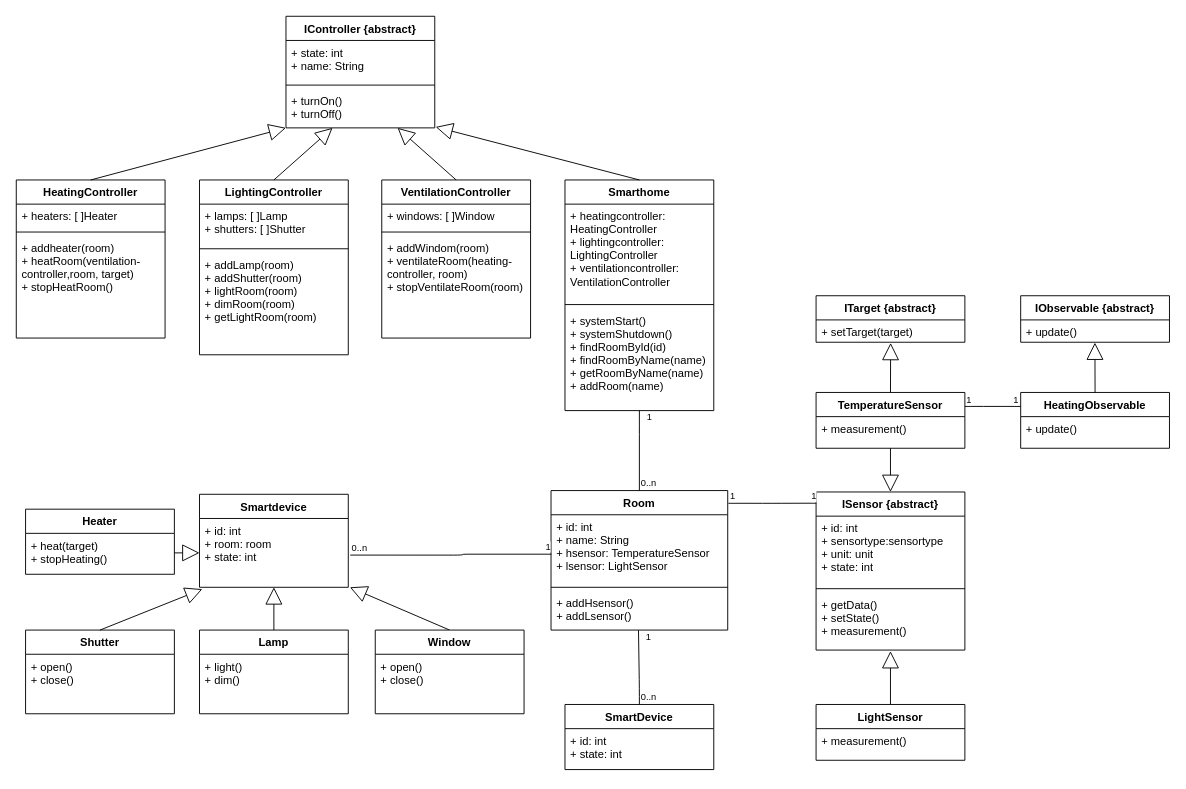
Above: UML/UML_SmartHome_Gruppe4.drawio in wwi17seb/software-engineering (draw.io), before the change. Source tidied: cells renumbered, new cells numbered last; positions are measured from the earlier drawing's top-left corner, leaving out a move shared by most shapes. Both pictures are drawn from the tidied source at 93%, with x=0, y=0 at pixel (16, 16).
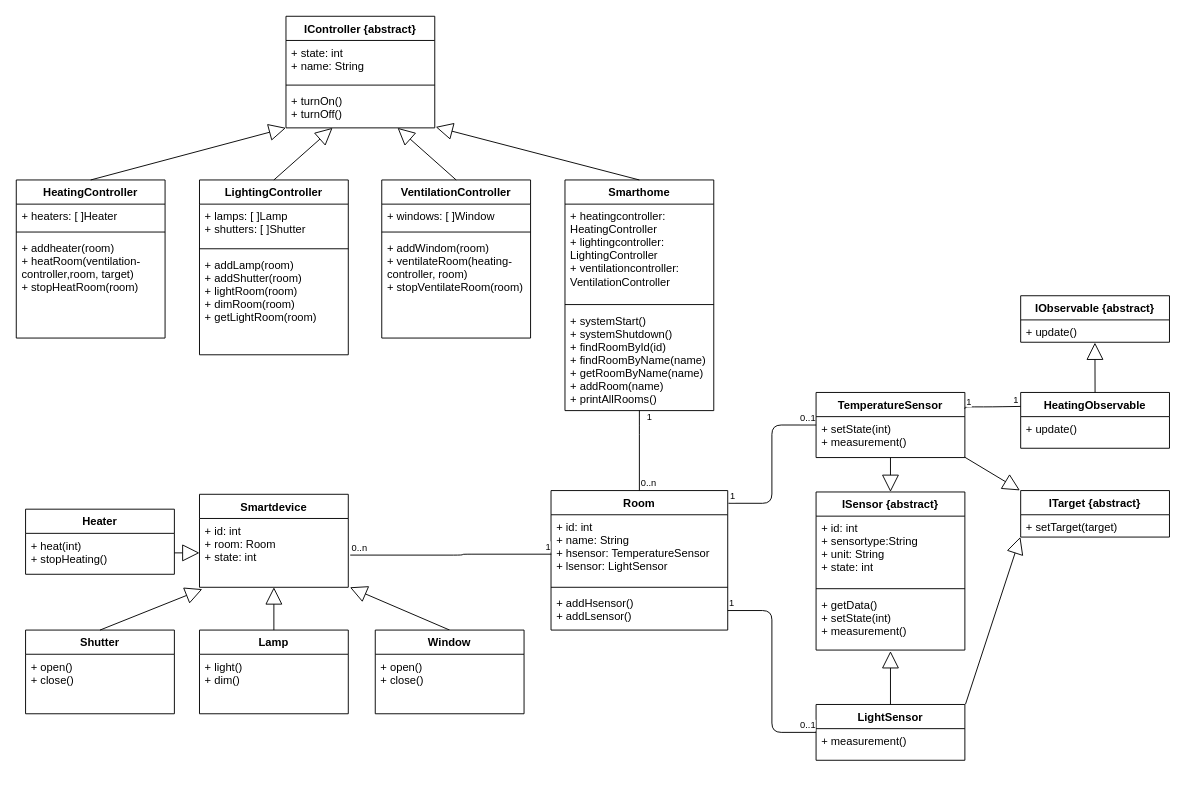
After the change.

Commit message (it also covers changes not shown here):
UML Fehler korrigiert

The change refers to these unchanged cells:
```xml
<mxCell id="2" value="Smartdevice" style="swimlane;fontStyle=1;align=center;verticalAlign=top;horizontal=1;startSize=26;" parent="1" vertex="1">
  <mxGeometry x="197" y="514" width="160" height="100" as="geometry" />
</mxCell>
<mxCell id="4" value="Room&#10;" style="swimlane;fontStyle=1;align=center;verticalAlign=top;horizontal=1;startSize=26;" parent="1" vertex="1">
  <mxGeometry x="575" y="510" width="190" height="150" as="geometry" />
</mxCell>
<mxCell id="7" value="+ addHsensor()&#10;+ addLsensor()" style="text;strokeColor=none;fillColor=none;align=left;verticalAlign=top;spacingLeft=4;spacingRight=4;overflow=hidden;points=[[0,0.5],[1,0.5]];portConstraint=eastwest;" parent="4" vertex="1">
  <mxGeometry y="108" width="190" height="42" as="geometry" />
</mxCell>
<mxCell id="19" value="HeatingController" style="swimlane;fontStyle=1;align=center;verticalAlign=top;horizontal=1;startSize=26;" parent="1" vertex="1">
  <mxGeometry y="176" width="160" height="170" as="geometry" />
</mxCell>
<mxCell id="27" value="Smarthome" style="swimlane;fontStyle=1;align=center;verticalAlign=top;horizontal=1;startSize=26;" parent="1" vertex="1">
  <mxGeometry x="590" y="176" width="160" height="248" as="geometry" />
</mxCell>
<mxCell id="48" value="Heater" style="swimlane;fontStyle=1;align=center;verticalAlign=top;horizontal=1;startSize=26;" parent="1" vertex="1">
  <mxGeometry x="10" y="530" width="160" height="70" as="geometry" />
</mxCell>
<mxCell id="55" value="ISensor {abstract}" style="swimlane;fontStyle=1;align=center;verticalAlign=top;horizontal=1;startSize=26;" parent="1" vertex="1">
  <mxGeometry x="860" y="511.5" width="160" height="170" as="geometry" />
</mxCell>
<mxCell id="60" value="+ setTarget(target)" style="text;strokeColor=none;fillColor=none;align=left;verticalAlign=top;spacingLeft=4;spacingRight=4;overflow=hidden;points=[[0,0.5],[1,0.5]];portConstraint=eastwest;" parent="59" vertex="1">
  <mxGeometry y="26" width="160" height="24" as="geometry" />
</mxCell>
<mxCell id="63" value="LightSensor" style="swimlane;fontStyle=1;align=center;verticalAlign=top;horizontal=1;startSize=26;" parent="1" vertex="1">
  <mxGeometry x="860" y="740" width="160" height="60" as="geometry" />
</mxCell>
```

What changed in the source:
```diff
@@
-    <mxCell id="3" value="+ id: int&#10;+ room: room&#10;+ state: int" style="text;strokeColor=none;fillColor=none;align=left;verticalAlign=top;spacingLeft=4;spacingRight=4;overflow=hidden;points=[[0,0.5],[1,0.5]];portConstraint=eastwest;" parent="2" vertex="1">
+    <mxCell id="3" value="+ id: int&#10;+ room: Room&#10;+ state: int" style="text;strokeColor=none;fillColor=none;align=left;verticalAlign=top;spacingLeft=4;spacingRight=4;overflow=hidden;points=[[0,0.5],[1,0.5]];portConstraint=eastwest;" parent="2" vertex="1">
       <mxGeometry y="26" width="160" height="74" as="geometry" />
     </mxCell>
@@
-    <mxCell id="22" value="+ addheater(room)&#10;+ heatRoom(ventilation-&#10;controller,room, target)&#10;+ stopHeatRoom()" style="text;strokeColor=none;fillColor=none;align=left;verticalAlign=top;spacingLeft=4;spacingRight=4;overflow=hidden;" parent="19" vertex="1">
+    <mxCell id="22" value="+ addheater(room)&#10;+ heatRoom(ventilation-&#10;controller,room, target)&#10;+ stopHeatRoom(room)" style="text;strokeColor=none;fillColor=none;align=left;verticalAlign=top;spacingLeft=4;spacingRight=4;overflow=hidden;" parent="19" vertex="1">
       <mxGeometry y="60" width="160" height="110" as="geometry" />
     </mxCell>
@@
-    <mxCell id="30" value="+ systemStart()&#10;+ systemShutdown()&#10;+ findRoomById(id)&#10;+ findRoomByName(name)&#10;+ getRoomByName(name)&#10;+ addRoom(name)" style="text;strokeColor=none;fillColor=none;align=left;verticalAlign=top;spacingLeft=4;spacingRight=4;overflow=hidden;points=[[0,0.5],[1,0.5]];portConstraint=eastwest;" parent="27" vertex="1">
+    <mxCell id="30" value="+ systemStart()&#10;+ systemShutdown()&#10;+ findRoomById(id)&#10;+ findRoomByName(name)&#10;+ getRoomByName(name)&#10;+ addRoom(name)&#10;+ printAllRooms()" style="text;strokeColor=none;fillColor=none;align=left;verticalAlign=top;spacingLeft=4;spacingRight=4;overflow=hidden;points=[[0,0.5],[1,0.5]];portConstraint=eastwest;" parent="27" vertex="1">
       <mxGeometry y="138" width="160" height="110" as="geometry" />
     </mxCell>
@@
-    <mxCell id="38" value="SmartDevice" style="swimlane;fontStyle=1;align=center;verticalAlign=top;horizontal=1;startSize=26;" parent="1" vertex="1">
-      <mxGeometry x="590" y="740" width="160" height="70" as="geometry" />
-    </mxCell>
-    <mxCell id="39" value="+ id: int&#10;+ state: int" style="text;strokeColor=none;fillColor=none;align=left;verticalAlign=top;spacingLeft=4;spacingRight=4;overflow=hidden;" parent="38" vertex="1">
-      <mxGeometry y="26" width="160" height="44" as="geometry" />
-    </mxCell>
-    <mxCell id="40" style="endArrow=none;html=1;edgeStyle=orthogonalEdgeStyle;entryX=0.495;entryY=1.004;entryDx=0;entryDy=0;entryPerimeter=0;exitX=0.5;exitY=0;exitDx=0;exitDy=0;" parent="1" edge="1" source="38" target="7">
-      <mxGeometry relative="1" as="geometry">
-        <Array as="points">
-          <mxPoint x="670" y="723" />
-          <mxPoint x="669" y="723" />
-        </Array>
-      </mxGeometry>
-    </mxCell>
-    <mxCell id="41" value="0..n" style="html=1;align=left;verticalAlign=bottom;labelBackgroundColor=#ffffff;fontSize=10;" parent="40" vertex="1">
-      <mxGeometry x="-1" relative="1" as="geometry" />
-    </mxCell>
-    <mxCell id="42" value="1" style="html=1;align=right;verticalAlign=bottom;labelBackgroundColor=#ffffff;fontSize=10;" parent="40" vertex="1">
-      <mxGeometry x="1" relative="1" as="geometry">
-        <mxPoint x="14" y="15" as="offset" />
-      </mxGeometry>
-    </mxCell>
@@
-    <mxCell id="49" value="+ heat(target)&#10;+ stopHeating()" style="text;strokeColor=none;fillColor=none;align=left;verticalAlign=top;spacingLeft=4;spacingRight=4;overflow=hidden;" parent="48" vertex="1">
+    <mxCell id="49" value="+ heat(int)&#10;+ stopHeating()" style="text;strokeColor=none;fillColor=none;align=left;verticalAlign=top;spacingLeft=4;spacingRight=4;overflow=hidden;" parent="48" vertex="1">
       <mxGeometry y="26" width="160" height="44" as="geometry" />
     </mxCell>
@@
-    <mxCell id="56" value="+ id: int&#10;+ sensortype:sensortype&#10;+ unit: unit&#10;+ state: int" style="text;strokeColor=none;fillColor=none;align=left;verticalAlign=top;spacingLeft=4;spacingRight=4;overflow=hidden;" parent="55" vertex="1">
+    <mxCell id="56" value="+ id: int&#10;+ sensortype:String&#10;+ unit: String&#10;+ state: int" style="text;strokeColor=none;fillColor=none;align=left;verticalAlign=top;spacingLeft=4;spacingRight=4;overflow=hidden;" parent="55" vertex="1">
       <mxGeometry y="26" width="160" height="74" as="geometry" />
     </mxCell>
@@
-    <mxCell id="58" value="+ getData()&#10;+ setState()&#10;+ measurement()" style="text;strokeColor=none;fillColor=none;align=left;verticalAlign=top;spacingLeft=4;spacingRight=4;overflow=hidden;points=[[0,0.5],[1,0.5]];portConstraint=eastwest;" parent="55" vertex="1">
+    <mxCell id="58" value="+ getData()&#10;+ setState(int)&#10;+ measurement()" style="text;strokeColor=none;fillColor=none;align=left;verticalAlign=top;spacingLeft=4;spacingRight=4;overflow=hidden;points=[[0,0.5],[1,0.5]];portConstraint=eastwest;" parent="55" vertex="1">
       <mxGeometry y="108" width="160" height="62" as="geometry" />
     </mxCell>
     <mxCell id="59" value="ITarget {abstract}" style="swimlane;fontStyle=1;align=center;verticalAlign=top;horizontal=1;startSize=26;" parent="1" vertex="1">
-      <mxGeometry x="860" y="300.5" width="160" height="50" as="geometry" />
+      <mxGeometry x="1080" y="510" width="160" height="50" as="geometry" />
     </mxCell>
@@
-    <mxCell id="69" style="endArrow=none;html=1;edgeStyle=orthogonalEdgeStyle;exitX=1.004;exitY=0.091;exitDx=0;exitDy=0;entryX=0.001;entryY=0.071;entryDx=0;entryDy=0;exitPerimeter=0;entryPerimeter=0;" parent="1" edge="1" source="4" target="55">
+    <mxCell id="69" style="endArrow=none;html=1;edgeStyle=orthogonalEdgeStyle;exitX=1.004;exitY=0.091;exitDx=0;exitDy=0;entryX=0;entryY=0.5;entryDx=0;entryDy=0;exitPerimeter=0;" parent="1" edge="1" source="4" target="72">
       <mxGeometry relative="1" as="geometry" />
     </mxCell>
@@
-    <mxCell id="71" value="1" style="html=1;align=right;verticalAlign=bottom;labelBackgroundColor=#ffffff;fontSize=10;" parent="69" vertex="1">
+    <mxCell id="71" value="0..1" style="html=1;align=right;verticalAlign=bottom;labelBackgroundColor=#ffffff;fontSize=10;" parent="69" vertex="1">
       <mxGeometry x="1" relative="1" as="geometry" />
     </mxCell>
     <mxCell id="72" value="TemperatureSensor" style="swimlane;fontStyle=1;align=center;verticalAlign=top;horizontal=1;startSize=26;" parent="1" vertex="1">
-      <mxGeometry x="860" y="404.5" width="160" height="60" as="geometry" />
+      <mxGeometry x="860" y="404.5" width="160" height="70" as="geometry" />
     </mxCell>
-    <mxCell id="73" value="+ measurement()" style="text;strokeColor=none;fillColor=none;align=left;verticalAlign=top;spacingLeft=4;spacingRight=4;overflow=hidden;points=[[0,0.5],[1,0.5]];portConstraint=eastwest;" parent="72" vertex="1">
-      <mxGeometry y="26" width="160" height="34" as="geometry" />
+    <mxCell id="73" value="+ setState(int)&#10;+ measurement()" style="text;strokeColor=none;fillColor=none;align=left;verticalAlign=top;spacingLeft=4;spacingRight=4;overflow=hidden;points=[[0,0.5],[1,0.5]];portConstraint=eastwest;" parent="72" vertex="1">
+      <mxGeometry y="26" width="160" height="44" as="geometry" />
     </mxCell>
@@
-    <mxCell id="75" style="endArrow=block;endSize=16;endFill=0;html=1;exitX=0.5;exitY=0;exitDx=0;exitDy=0;entryX=0.501;entryY=1.031;entryDx=0;entryDy=0;entryPerimeter=0;" parent="1" edge="1" source="72" target="60">
+    <mxCell id="75" style="endArrow=block;endSize=16;endFill=0;html=1;exitX=0.998;exitY=0.988;exitDx=0;exitDy=0;exitPerimeter=0;entryX=-0.005;entryY=-0.004;entryDx=0;entryDy=0;entryPerimeter=0;" parent="1" edge="1" source="73" target="59">
       <mxGeometry relative="1" as="geometry" />
     </mxCell>
@@
+    <mxCell id="79" style="endArrow=block;endSize=16;endFill=0;html=1;exitX=1.004;exitY=-0.003;exitDx=0;exitDy=0;exitPerimeter=0;entryX=-0.002;entryY=0.992;entryDx=0;entryDy=0;entryPerimeter=0;" parent="1" edge="1" source="63" target="60">
+      <mxGeometry relative="1" as="geometry" />
+    </mxCell>
+    <mxCell id="80" style="endArrow=none;html=1;edgeStyle=orthogonalEdgeStyle;exitX=1;exitY=0.5;exitDx=0;exitDy=0;entryX=0;entryY=0.5;entryDx=0;entryDy=0;" parent="1" edge="1" source="7" target="63">
+      <mxGeometry relative="1" as="geometry" />
+    </mxCell>
+    <mxCell id="42" value="1" style="html=1;align=left;verticalAlign=bottom;labelBackgroundColor=#ffffff;fontSize=10;" parent="80" vertex="1">
+      <mxGeometry x="-1" relative="1" as="geometry" />
+    </mxCell>
+    <mxCell id="81" value="0..1" style="html=1;align=right;verticalAlign=bottom;labelBackgroundColor=#ffffff;fontSize=10;" parent="80" vertex="1">
+      <mxGeometry x="1" relative="1" as="geometry" />
+    </mxCell>
```
